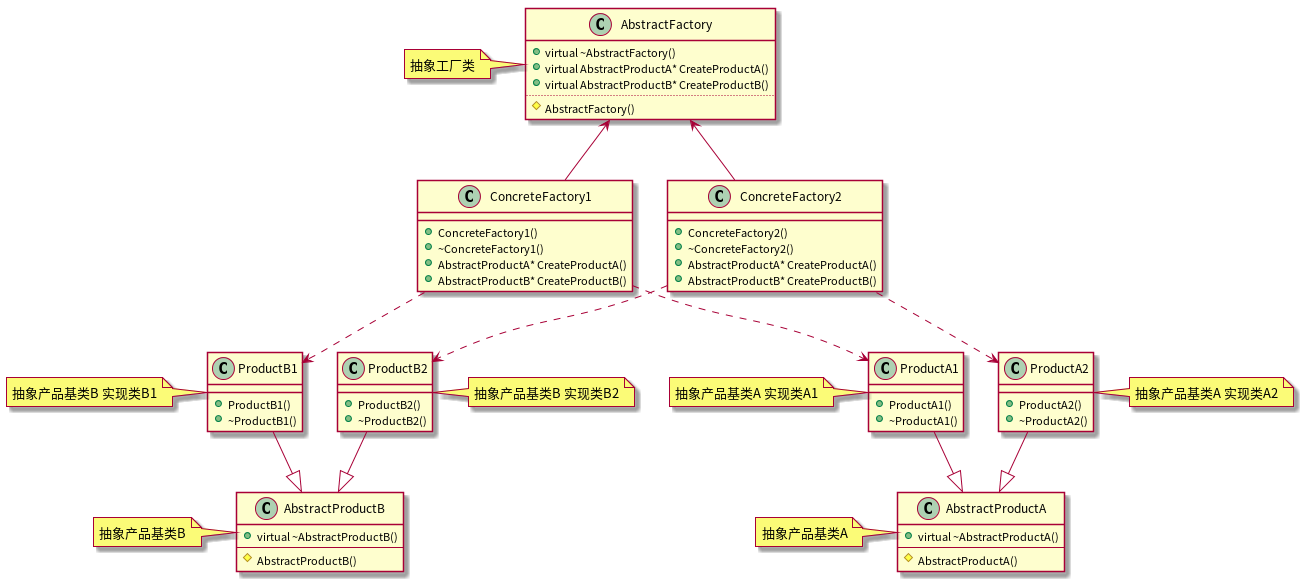
Before: out/Creational_model/AbstactFactory/AbstactFactory/AbstactFactory.png, a diagram exported from PlantUML (graycatya/DesignModel).
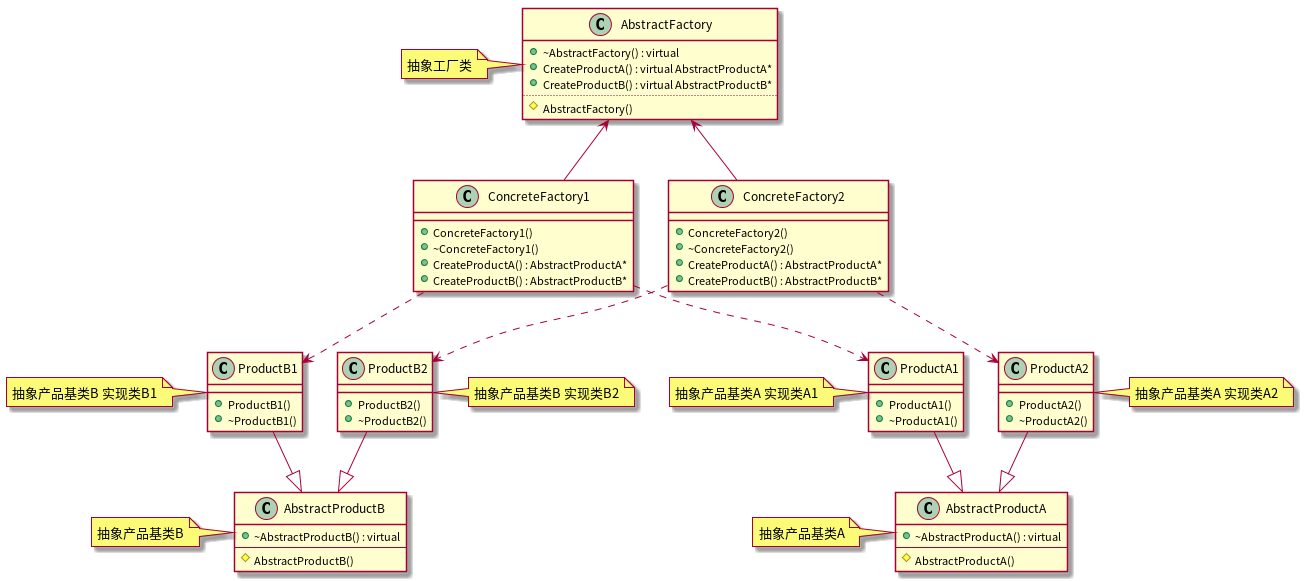
The same diagram one commit later.

The edit, as a diff of the source:
```diff
@@ -1,14 +1,14 @@
 @startuml AbstactFactory
 
 class AbstractProductA{
-    + virtual ~AbstractProductA()
+    + ~AbstractProductA() : virtual
     --
     # AbstractProductA()
 }
 note left: 抽象产品基类A
 
 class AbstractProductB{
-    + virtual ~AbstractProductB()
+    + ~AbstractProductB() : virtual
     --
     # AbstractProductB()
 }
@@ -41,9 +41,9 @@
 
 class AbstractFactory
 {
-    + virtual ~AbstractFactory()
-    + virtual AbstractProductA* CreateProductA()
-    + virtual AbstractProductB* CreateProductB()
+    + ~AbstractFactory() : virtual
+    + CreateProductA() : virtual AbstractProductA*
+    + CreateProductB() : virtual AbstractProductB*
     ..
     # AbstractFactory()
 }
@@ -52,15 +52,15 @@
 class ConcreteFactory1{
     + ConcreteFactory1()
     + ~ConcreteFactory1()
-    + AbstractProductA* CreateProductA()
-    + AbstractProductB* CreateProductB()
+    + CreateProductA() : AbstractProductA*
+    + CreateProductB() : AbstractProductB*
 }
 
 class ConcreteFactory2{
     + ConcreteFactory2()
     + ~ConcreteFactory2()
-    + AbstractProductA* CreateProductA()
-    + AbstractProductB* CreateProductB()
+    + CreateProductA() : AbstractProductA*
+    + CreateProductB() : AbstractProductB*
 }
 
 ProductA1 -down-|> AbstractProductA
```
